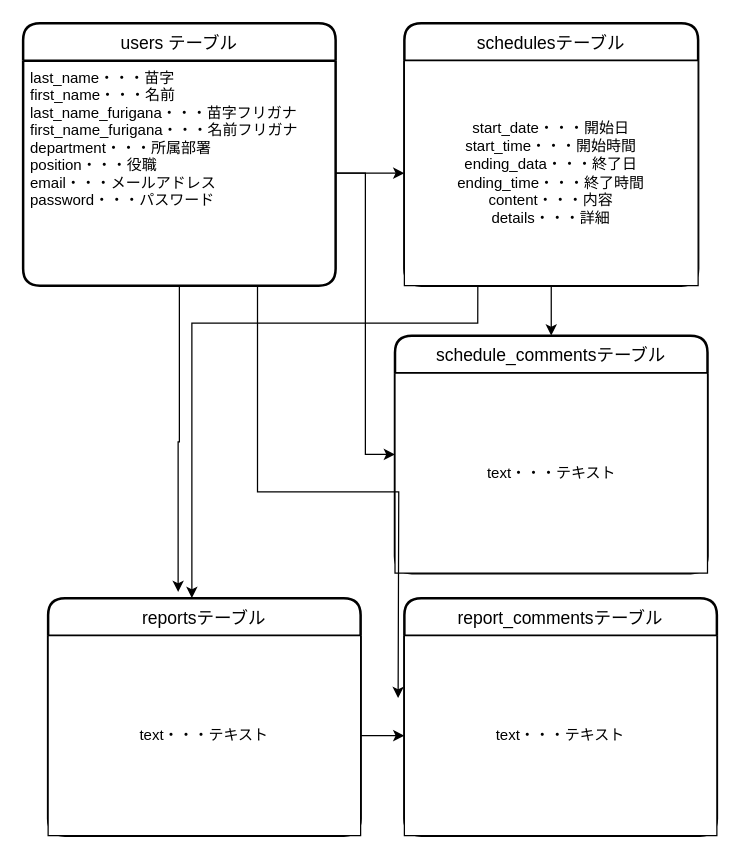
Before: schedule.dio in fumitofujiwara/schedule_management-32908, a draw.io diagram. Source tidied: cells renumbered, new cells numbered last; positions are measured from the earlier drawing's top-left corner, leaving out a move shared by most shapes. Both pictures are drawn from the tidied source at 125%, with x=0, y=0 at pixel (22, 22).
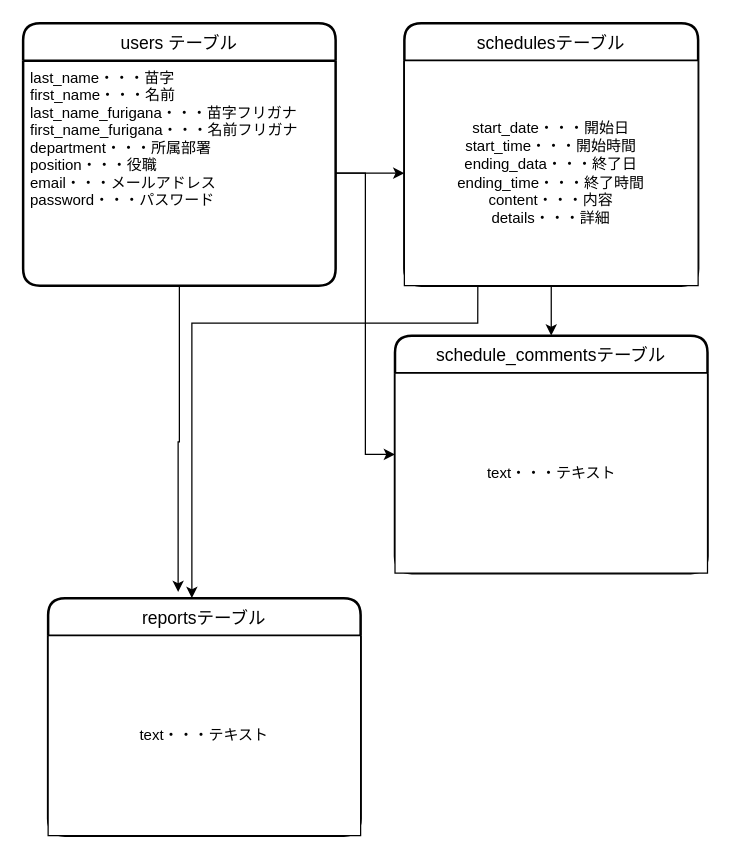
The same diagram, later.

The change refers to these unchanged cells:
```xml
<mxCell id="3" value="last_name・・・苗字&#10;first_name・・・名前&#10;last_name_furigana・・・苗字フリガナ&#10;first_name_furigana・・・名前フリガナ&#10;department・・・所属部署&#10;position・・・役職&#10;email・・・メールアドレス&#10;password・・・パスワード" style="align=left;strokeColor=none;fillColor=none;spacingLeft=4;fontSize=12;verticalAlign=top;" parent="2" vertex="1">
  <mxGeometry y="30" width="250" height="180" as="geometry" />
</mxCell>
<mxCell id="13" value="text・・・テキスト" style="whiteSpace=wrap;html=1;" parent="12" vertex="1">
  <mxGeometry y="30" width="250" height="160" as="geometry" />
</mxCell>
```

The edit, as a diff of the source:
```diff
@@
-    <mxCell id="15" value="report_commentsテーブル" style="swimlane;horizontal=1;startSize=30;rounded=1;fontSize=14;fontStyle=0;strokeWidth=2;shadow=0;dashed=0;align=center;" parent="1" vertex="1">
-      <mxGeometry x="305" y="460" width="250" height="190" as="geometry" />
-    </mxCell>
-    <mxCell id="16" style="edgeStyle=orthogonalEdgeStyle;rounded=0;jettySize=auto;html=1;exitX=0.25;exitY=1;exitDx=0;exitDy=0;entryX=0.25;entryY=1;entryDx=0;entryDy=0;" parent="15" edge="1" source="17" target="15">
-      <mxGeometry relative="1" as="geometry" />
-    </mxCell>
-    <mxCell id="17" value="text・・・テキスト" style="whiteSpace=wrap;html=1;" parent="15" vertex="1">
-      <mxGeometry y="30" width="250" height="160" as="geometry" />
-    </mxCell>
-    <mxCell id="18" style="edgeStyle=orthogonalEdgeStyle;rounded=0;jettySize=auto;html=1;entryX=0;entryY=0.5;entryDx=0;entryDy=0;" parent="1" edge="1" source="13" target="17">
-      <mxGeometry relative="1" as="geometry" />
-    </mxCell>
-    <mxCell id="19" style="edgeStyle=orthogonalEdgeStyle;rounded=0;jettySize=auto;html=1;exitX=0.75;exitY=1;exitDx=0;exitDy=0;" parent="1" edge="1" source="3">
-      <mxGeometry relative="1" as="geometry">
-        <mxPoint x="300" y="540" as="targetPoint" />
-      </mxGeometry>
-    </mxCell>
```
